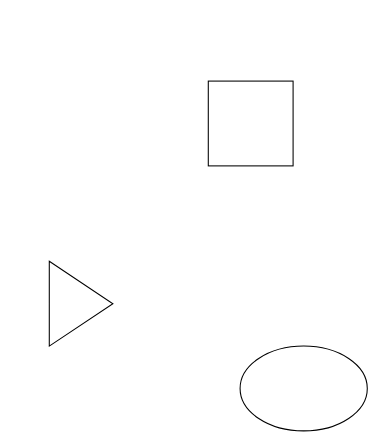
Earlier version of the draw.io diagram Untitled Diagram.drawio (isundae/draw). Source tidied: cells renumbered, new cells numbered last; positions are measured from the earlier drawing's top-left corner, leaving out a move shared by most shapes. Both pictures are drawn from the tidied source at 106%, with x=0, y=0 at pixel (49, 81).
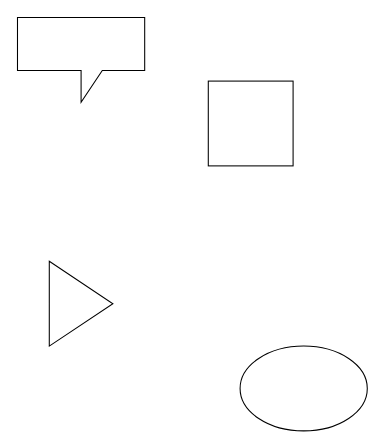
The same diagram, later.

The edit, as a diff of the source:
```diff
@@
 <mxGraphModel>
   <root>
     <mxCell id="0" />
     <mxCell id="1" parent="0" />
     <mxCell id="2" style="ellipse;whiteSpace=wrap;html=1;" parent="1" vertex="1">
       <mxGeometry x="180" y="250" width="120" height="80" as="geometry" />
     </mxCell>
     <mxCell id="3" style="whiteSpace=wrap;html=1;" parent="1" vertex="1">
       <mxGeometry x="150" width="80" height="80" as="geometry" />
     </mxCell>
     <mxCell id="4" style="triangle;whiteSpace=wrap;html=1;" parent="1" vertex="1">
       <mxGeometry y="170" width="60" height="80" as="geometry" />
     </mxCell>
+    <mxCell id="5" style="shape=callout;whiteSpace=wrap;html=1;perimeter=calloutPerimeter;" parent="1" vertex="1">
+      <mxGeometry x="-30" y="-60" width="120" height="80" as="geometry" />
+    </mxCell>
   </root>
 </mxGraphModel>
```
